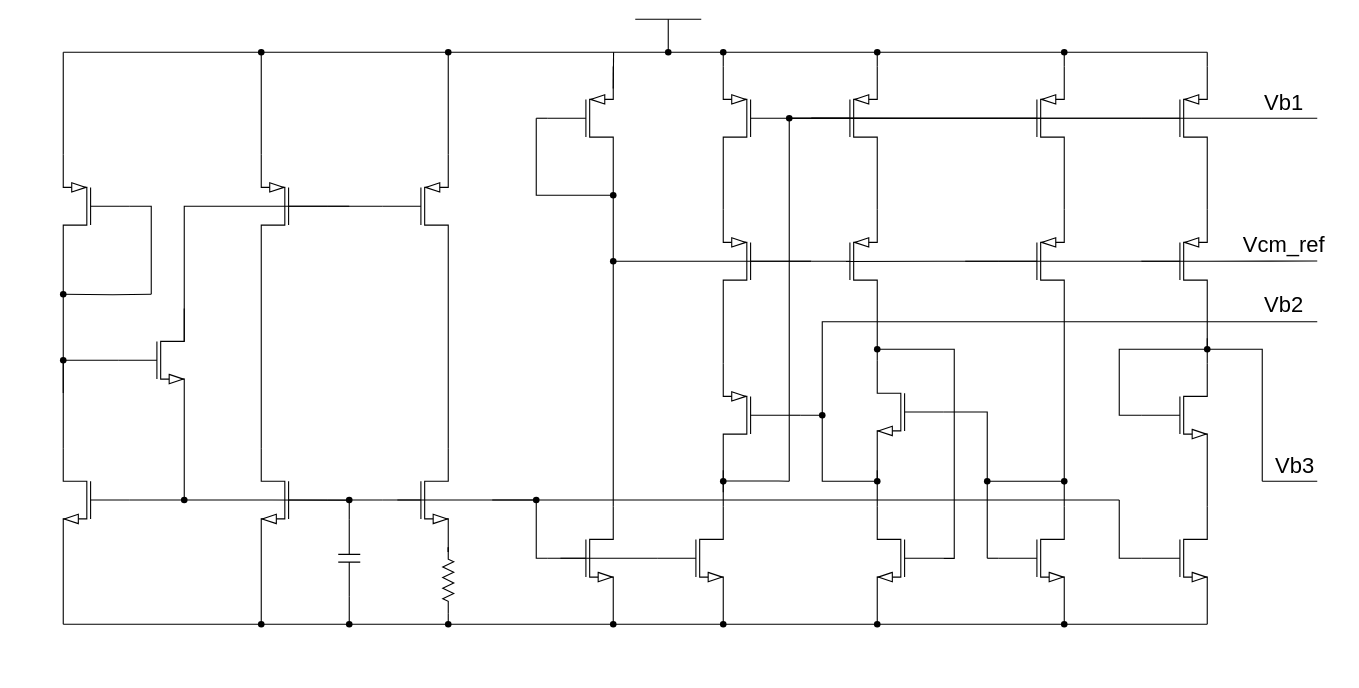
The draw.io diagram biasing_miller.drawio in qaz741wsd856/drawi.io, before the edit. Source tidied: cells renumbered, new cells numbered last; positions are measured from the earlier drawing's top-left corner, leaving out a move shared by most shapes. Both pictures are drawn from the tidied source at 110%, with x=0, y=0 at pixel (52, 19).
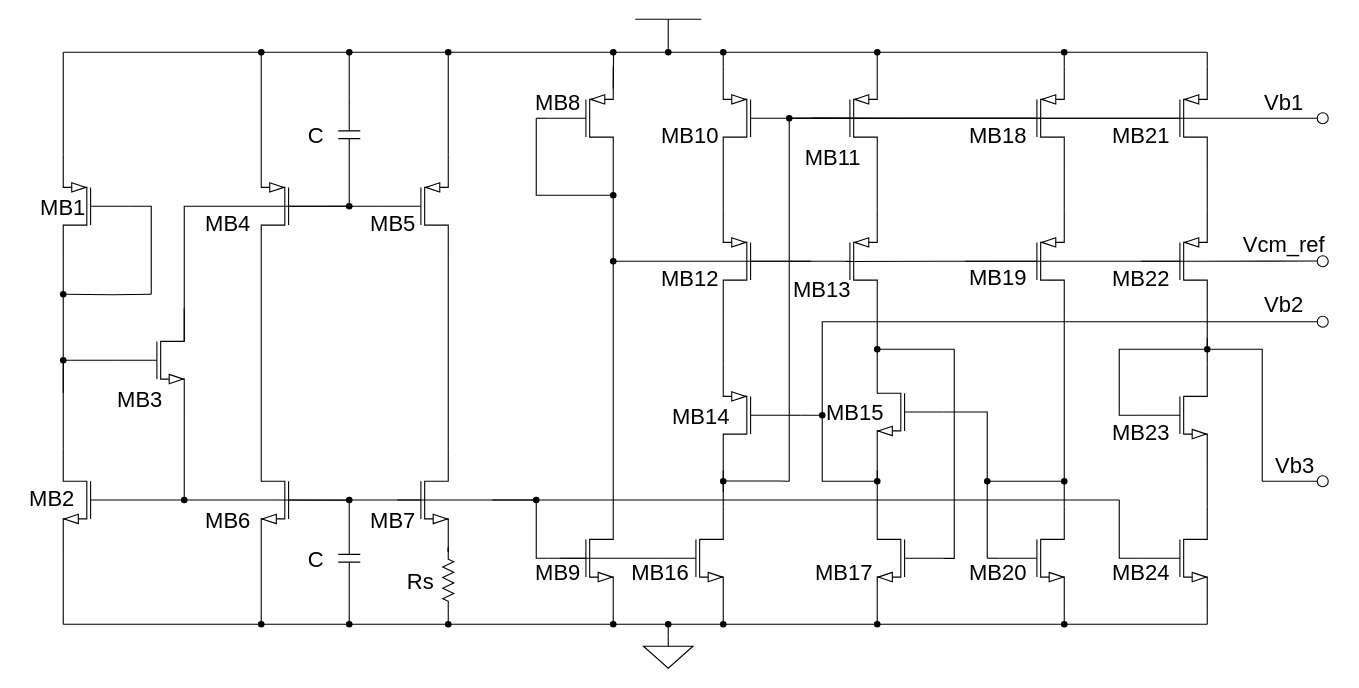
Above is the later version.

Unchanged cells that the change refers to:
```xml
<mxCell id="6" style="shape=waypoint;sketch=0;fillStyle=solid;size=6;points=[];fillColor=none;perimeter=centerPerimeter;snapToPoint=1;" parent="1" vertex="1">
  <mxGeometry x="550" y="20" width="20" height="20" as="geometry" />
</mxCell>
<mxCell id="29" style="verticalLabelPosition=bottom;shadow=0;dashed=0;align=center;html=1;verticalAlign=top;shape=mxgraph.electrical.transistors.pmos;flipH=1;" parent="1" vertex="1">
  <mxGeometry x="190" y="120" width="60" height="100" as="geometry" />
</mxCell>
<mxCell id="31" style="verticalLabelPosition=bottom;shadow=0;dashed=0;align=center;html=1;verticalAlign=top;shape=mxgraph.electrical.transistors.pmos;" parent="1" vertex="1">
  <mxGeometry x="300" y="120" width="60" height="100" as="geometry" />
</mxCell>
<mxCell id="96" style="shape=waypoint;sketch=0;fillStyle=solid;size=6;points=[];fillColor=none;perimeter=centerPerimeter;snapToPoint=1;fontFamily=Helvetica;fontSize=11;fontColor=default;labelBackgroundColor=default;" parent="1" vertex="1">
  <mxGeometry x="660" y="80" width="20" height="20" as="geometry" />
</mxCell>
<mxCell id="132" style="verticalLabelPosition=bottom;shadow=0;dashed=0;align=center;html=1;verticalAlign=top;shape=mxgraph.electrical.transistors.pmos;" parent="1" vertex="1">
  <mxGeometry x="990" y="40" width="60" height="100" as="geometry" />
</mxCell>
```

Diff of the diagram source:
```diff
@@
-    <mxCell id="5" style="endArrow=none;html=1;rounded=0;" parent="1" edge="1" target="6">
-      <mxGeometry relative="1" as="geometry">
-        <mxPoint x="10" y="30" as="sourcePoint" />
-      </mxGeometry>
+    <mxCell id="5" style="endArrow=none;html=1;rounded=0;" parent="1" edge="1" source="199" target="6">
+      <mxGeometry relative="1" as="geometry" />
     </mxCell>
@@
-    <mxCell id="39" style="edgeStyle=orthogonalEdgeStyle;shape=connector;rounded=0;jettySize=auto;html=1;exitX=0;exitY=0.5;exitDx=0;exitDy=0;exitPerimeter=0;entryX=0;entryY=0.5;entryDx=0;entryDy=0;entryPerimeter=0;strokeColor=default;align=center;verticalAlign=middle;fontFamily=Helvetica;fontSize=11;fontColor=default;labelBackgroundColor=default;endArrow=none;endFill=0;" parent="1" edge="1" source="29" target="31">
+    <mxCell id="39" style="edgeStyle=orthogonalEdgeStyle;shape=connector;rounded=0;jettySize=auto;html=1;exitDx=0;exitDy=0;exitPerimeter=0;entryX=0;entryY=0.5;entryDx=0;entryDy=0;entryPerimeter=0;strokeColor=default;align=center;verticalAlign=middle;fontFamily=Helvetica;fontSize=11;fontColor=default;labelBackgroundColor=default;endArrow=none;endFill=0;" parent="1" edge="1" source="188" target="31">
       <mxGeometry relative="1" as="geometry" />
     </mxCell>
@@
-    <mxCell id="143" style="edgeStyle=orthogonalEdgeStyle;shape=connector;rounded=0;jettySize=auto;html=1;exitX=0;exitY=0.5;exitDx=0;exitDy=0;exitPerimeter=0;entryX=0.271;entryY=0.706;entryDx=0;entryDy=0;entryPerimeter=0;strokeColor=default;align=center;verticalAlign=middle;fontFamily=Helvetica;fontSize=11;fontColor=default;labelBackgroundColor=default;endArrow=none;endFill=0;" parent="1" edge="1" source="132" target="96">
-      <mxGeometry relative="1" as="geometry" />
+    <mxCell id="143" style="edgeStyle=orthogonalEdgeStyle;shape=connector;rounded=0;orthogonalLoop=1;jettySize=auto;html=1;exitX=0;exitY=0.5;exitDx=0;exitDy=0;exitPerimeter=0;entryX=0.271;entryY=0.706;entryDx=0;entryDy=0;entryPerimeter=0;strokeColor=default;align=center;verticalAlign=middle;fontFamily=Helvetica;fontSize=11;fontColor=default;labelBackgroundColor=default;endArrow=none;endFill=0;" parent="1" edge="1">
+      <mxGeometry relative="1" as="geometry">
+        <mxPoint x="990" y="90" as="sourcePoint" />
+        <mxPoint x="670" y="90" as="targetPoint" />
+      </mxGeometry>
     </mxCell>
@@
+    <mxCell id="156" value="MB1" style="text;html=1;align=center;verticalAlign=middle;whiteSpace=wrap;rounded=0;fontFamily=Helvetica;fontSize=20;fontColor=default;labelBackgroundColor=none;fillColor=none;" parent="1" vertex="1">
+      <mxGeometry x="-20" y="155" width="60" height="30" as="geometry" />
+    </mxCell>
+    <mxCell id="157" value="MB2" style="text;html=1;align=center;verticalAlign=middle;whiteSpace=wrap;rounded=0;fontFamily=Helvetica;fontSize=20;fontColor=default;labelBackgroundColor=none;fillColor=none;" parent="1" vertex="1">
+      <mxGeometry x="-30" y="420" width="60" height="30" as="geometry" />
+    </mxCell>
+    <mxCell id="158" style="edgeStyle=orthogonalEdgeStyle;shape=connector;rounded=0;orthogonalLoop=1;jettySize=auto;html=1;exitX=0.5;exitY=1;exitDx=0;exitDy=0;strokeColor=default;align=center;verticalAlign=middle;fontFamily=Helvetica;fontSize=11;fontColor=default;labelBackgroundColor=default;endArrow=none;endFill=0;" parent="1" edge="1" source="157" target="157">
+      <mxGeometry relative="1" as="geometry" />
+    </mxCell>
+    <mxCell id="159" style="edgeStyle=orthogonalEdgeStyle;shape=connector;rounded=0;jettySize=auto;html=1;exitX=0.5;exitY=0;exitDx=0;exitDy=0;exitPerimeter=0;strokeColor=default;align=center;verticalAlign=middle;fontFamily=Helvetica;fontSize=11;fontColor=default;labelBackgroundColor=default;endArrow=none;endFill=0;" parent="1" edge="1" source="160">
+      <mxGeometry relative="1" as="geometry">
+        <mxPoint x="560" y="550" as="targetPoint" />
+      </mxGeometry>
+    </mxCell>
+    <mxCell id="160" style="verticalLabelPosition=bottom;shadow=0;dashed=0;align=center;html=1;verticalAlign=top;shape=mxgraph.electrical.signal_sources.signal_ground;fontFamily=Helvetica;fontSize=11;fontColor=default;labelBackgroundColor=default;" parent="1" vertex="1">
+      <mxGeometry x="537.5" y="560" width="45" height="30" as="geometry" />
+    </mxCell>
+    <mxCell id="161" style="shape=waypoint;sketch=0;fillStyle=solid;size=6;fillColor=none;perimeter=centerPerimeter;fontFamily=Helvetica;fontSize=11;fontColor=default;labelBackgroundColor=default;" parent="1" vertex="1">
+      <mxGeometry x="550" y="540" width="20" height="20" as="geometry" />
+    </mxCell>
+    <mxCell id="162" value="MB3" style="text;html=1;align=center;verticalAlign=middle;whiteSpace=wrap;rounded=0;fontFamily=Helvetica;fontSize=20;fontColor=default;labelBackgroundColor=none;fillColor=none;" parent="1" vertex="1">
+      <mxGeometry x="50" y="330" width="60" height="30" as="geometry" />
+    </mxCell>
+    <mxCell id="163" value="MB4" style="text;html=1;align=center;verticalAlign=middle;whiteSpace=wrap;rounded=0;fontFamily=Helvetica;fontSize=20;fontColor=default;labelBackgroundColor=none;fillColor=none;" parent="1" vertex="1">
+      <mxGeometry x="130" y="170" width="60" height="30" as="geometry" />
+    </mxCell>
+    <mxCell id="164" value="MB6" style="text;html=1;align=center;verticalAlign=middle;whiteSpace=wrap;rounded=0;fontFamily=Helvetica;fontSize=20;fontColor=default;labelBackgroundColor=none;fillColor=none;" parent="1" vertex="1">
+      <mxGeometry x="130" y="440" width="60" height="30" as="geometry" />
+    </mxCell>
+    <mxCell id="165" value="MB5" style="text;html=1;align=center;verticalAlign=middle;whiteSpace=wrap;rounded=0;fontFamily=Helvetica;fontSize=20;fontColor=default;labelBackgroundColor=none;fillColor=none;" parent="1" vertex="1">
+      <mxGeometry x="280" y="170" width="60" height="30" as="geometry" />
+    </mxCell>
+    <mxCell id="166" value="MB7" style="text;html=1;align=center;verticalAlign=middle;whiteSpace=wrap;rounded=0;fontFamily=Helvetica;fontSize=20;fontColor=default;labelBackgroundColor=none;fillColor=none;" parent="1" vertex="1">
+      <mxGeometry x="280" y="440" width="60" height="30" as="geometry" />
+    </mxCell>
+    <mxCell id="167" value="MB8" style="text;html=1;align=center;verticalAlign=middle;whiteSpace=wrap;rounded=0;fontFamily=Helvetica;fontSize=20;fontColor=default;labelBackgroundColor=none;fillColor=none;" parent="1" vertex="1">
+      <mxGeometry x="430" y="60" width="60" height="30" as="geometry" />
+    </mxCell>
+    <mxCell id="168" value="MB9" style="text;html=1;align=center;verticalAlign=middle;whiteSpace=wrap;rounded=0;fontFamily=Helvetica;fontSize=20;fontColor=default;labelBackgroundColor=none;fillColor=none;" parent="1" vertex="1">
+      <mxGeometry x="430" y="487.1" width="60" height="30" as="geometry" />
+    </mxCell>
+    <mxCell id="169" value="MB16" style="text;html=1;align=center;verticalAlign=middle;whiteSpace=wrap;rounded=0;fontFamily=Helvetica;fontSize=20;fontColor=default;labelBackgroundColor=none;fillColor=none;" parent="1" vertex="1">
+      <mxGeometry x="522.5" y="487.1" width="60" height="30" as="geometry" />
+    </mxCell>
+    <mxCell id="170" value="MB10" style="text;html=1;align=center;verticalAlign=middle;whiteSpace=wrap;rounded=0;fontFamily=Helvetica;fontSize=20;fontColor=default;labelBackgroundColor=none;fillColor=none;" parent="1" vertex="1">
+      <mxGeometry x="550" y="90" width="60" height="30" as="geometry" />
+    </mxCell>
+    <mxCell id="171" value="MB11" style="text;html=1;align=center;verticalAlign=middle;whiteSpace=wrap;rounded=0;fontFamily=Helvetica;fontSize=20;fontColor=default;labelBackgroundColor=none;fillColor=none;" parent="1" vertex="1">
+      <mxGeometry x="680" y="110" width="60" height="30" as="geometry" />
+    </mxCell>
+    <mxCell id="172" value="MB12" style="text;html=1;align=center;verticalAlign=middle;whiteSpace=wrap;rounded=0;fontFamily=Helvetica;fontSize=20;fontColor=default;labelBackgroundColor=none;fillColor=none;" parent="1" vertex="1">
+      <mxGeometry x="550" y="220" width="60" height="30" as="geometry" />
+    </mxCell>
+    <mxCell id="173" value="MB13" style="text;html=1;align=center;verticalAlign=middle;whiteSpace=wrap;rounded=0;fontFamily=Helvetica;fontSize=20;fontColor=default;labelBackgroundColor=none;fillColor=none;" parent="1" vertex="1">
+      <mxGeometry x="670" y="230" width="60" height="30" as="geometry" />
+    </mxCell>
+    <mxCell id="174" value="MB14" style="text;html=1;align=center;verticalAlign=middle;whiteSpace=wrap;rounded=0;fontFamily=Helvetica;fontSize=20;fontColor=default;labelBackgroundColor=none;fillColor=none;" parent="1" vertex="1">
+      <mxGeometry x="560" y="345" width="60" height="30" as="geometry" />
+    </mxCell>
+    <mxCell id="175" value="MB15" style="text;html=1;align=center;verticalAlign=middle;whiteSpace=wrap;rounded=0;fontFamily=Helvetica;fontSize=20;fontColor=default;labelBackgroundColor=none;fillColor=none;" parent="1" vertex="1">
+      <mxGeometry x="700" y="342.1" width="60" height="30" as="geometry" />
+    </mxCell>
+    <mxCell id="176" value="MB17" style="text;html=1;align=center;verticalAlign=middle;whiteSpace=wrap;rounded=0;fontFamily=Helvetica;fontSize=20;fontColor=default;labelBackgroundColor=none;fillColor=none;" parent="1" vertex="1">
+      <mxGeometry x="690" y="487.1" width="60" height="30" as="geometry" />
+    </mxCell>
+    <mxCell id="177" value="MB18" style="text;html=1;align=center;verticalAlign=middle;whiteSpace=wrap;rounded=0;fontFamily=Helvetica;fontSize=20;fontColor=default;labelBackgroundColor=none;fillColor=none;" parent="1" vertex="1">
+      <mxGeometry x="830" y="90" width="60" height="30" as="geometry" />
+    </mxCell>
+    <mxCell id="178" value="MB19" style="text;html=1;align=center;verticalAlign=middle;whiteSpace=wrap;rounded=0;fontFamily=Helvetica;fontSize=20;fontColor=default;labelBackgroundColor=none;fillColor=none;" parent="1" vertex="1">
+      <mxGeometry x="830" y="219" width="60" height="30" as="geometry" />
+    </mxCell>
+    <mxCell id="179" value="MB20" style="text;html=1;align=center;verticalAlign=middle;whiteSpace=wrap;rounded=0;fontFamily=Helvetica;fontSize=20;fontColor=default;labelBackgroundColor=none;fillColor=none;" parent="1" vertex="1">
+      <mxGeometry x="830" y="487.1" width="60" height="30" as="geometry" />
+    </mxCell>
+    <mxCell id="180" value="MB21" style="text;html=1;align=center;verticalAlign=middle;whiteSpace=wrap;rounded=0;fontFamily=Helvetica;fontSize=20;fontColor=default;labelBackgroundColor=none;fillColor=none;" parent="1" vertex="1">
+      <mxGeometry x="960" y="90" width="60" height="30" as="geometry" />
+    </mxCell>
+    <mxCell id="181" value="MB22" style="text;html=1;align=center;verticalAlign=middle;whiteSpace=wrap;rounded=0;fontFamily=Helvetica;fontSize=20;fontColor=default;labelBackgroundColor=none;fillColor=none;" parent="1" vertex="1">
+      <mxGeometry x="960" y="220" width="60" height="30" as="geometry" />
+    </mxCell>
+    <mxCell id="182" value="MB23" style="text;html=1;align=center;verticalAlign=middle;whiteSpace=wrap;rounded=0;fontFamily=Helvetica;fontSize=20;fontColor=default;labelBackgroundColor=none;fillColor=none;" parent="1" vertex="1">
+      <mxGeometry x="960" y="360" width="60" height="30" as="geometry" />
+    </mxCell>
+    <mxCell id="183" value="MB24" style="text;html=1;align=center;verticalAlign=middle;whiteSpace=wrap;rounded=0;fontFamily=Helvetica;fontSize=20;fontColor=default;labelBackgroundColor=none;fillColor=none;" parent="1" vertex="1">
+      <mxGeometry x="960" y="487.1" width="60" height="30" as="geometry" />
+    </mxCell>
+    <mxCell id="184" style="edgeStyle=orthogonalEdgeStyle;shape=connector;rounded=0;jettySize=auto;html=1;exitX=0;exitY=0.5;exitDx=0;exitDy=0;exitPerimeter=0;strokeColor=default;align=center;verticalAlign=middle;fontFamily=Helvetica;fontSize=11;fontColor=default;labelBackgroundColor=default;endArrow=none;endFill=0;" parent="1" edge="1" source="186">
+      <mxGeometry relative="1" as="geometry">
+        <mxPoint x="270" y="30" as="targetPoint" />
+      </mxGeometry>
+    </mxCell>
+    <mxCell id="185" style="edgeStyle=orthogonalEdgeStyle;shape=connector;rounded=0;jettySize=auto;html=1;exitX=1;exitY=0.5;exitDx=0;exitDy=0;exitPerimeter=0;strokeColor=default;align=center;verticalAlign=middle;fontFamily=Helvetica;fontSize=11;fontColor=default;labelBackgroundColor=default;endArrow=none;endFill=0;" parent="1" edge="1" source="186">
+      <mxGeometry relative="1" as="geometry">
+        <mxPoint x="270" y="170" as="targetPoint" />
+      </mxGeometry>
+    </mxCell>
+    <mxCell id="186" style="verticalLabelPosition=bottom;shadow=0;dashed=0;align=center;html=1;verticalAlign=top;shape=mxgraph.electrical.capacitors.capacitor_1;fontFamily=Helvetica;fontSize=11;fontColor=default;labelBackgroundColor=default;direction=south;" parent="1" vertex="1">
+      <mxGeometry x="260" y="70" width="20" height="70" as="geometry" />
+    </mxCell>
+    <mxCell id="187" style="edgeStyle=orthogonalEdgeStyle;shape=connector;rounded=0;jettySize=auto;html=1;exitX=0;exitY=0.5;exitDx=0;exitDy=0;exitPerimeter=0;entryDx=0;entryDy=0;entryPerimeter=0;strokeColor=default;align=center;verticalAlign=middle;fontFamily=Helvetica;fontSize=11;fontColor=default;labelBackgroundColor=default;endArrow=none;endFill=0;" parent="1" edge="1" source="29" target="188">
+      <mxGeometry relative="1" as="geometry" />
+    </mxCell>
+    <mxCell id="188" style="shape=waypoint;sketch=0;fillStyle=solid;size=6;points=[];fillColor=none;perimeter=centerPerimeter;snapToPoint=1;fontFamily=Helvetica;fontSize=11;fontColor=default;labelBackgroundColor=default;" parent="1" vertex="1">
+      <mxGeometry x="260" y="160" width="20" height="20" as="geometry" />
+    </mxCell>
+    <mxCell id="189" style="endArrow=none;html=1;rounded=0;" parent="1" edge="1" target="190">
+      <mxGeometry relative="1" as="geometry">
+        <mxPoint x="10" y="30" as="sourcePoint" />
+      </mxGeometry>
+    </mxCell>
+    <mxCell id="190" style="shape=waypoint;sketch=0;fillStyle=solid;size=6;points=[];fillColor=none;perimeter=centerPerimeter;snapToPoint=1;fontFamily=Helvetica;fontSize=11;fontColor=default;labelBackgroundColor=default;" parent="1" vertex="1">
+      <mxGeometry x="260" y="20" width="20" height="20" as="geometry" />
+    </mxCell>
+    <mxCell id="191" value="C" style="text;html=1;align=center;verticalAlign=middle;whiteSpace=wrap;rounded=0;fontFamily=Helvetica;fontSize=20;fontColor=default;labelBackgroundColor=none;fillColor=none;" parent="1" vertex="1">
+      <mxGeometry x="210" y="90" width="60" height="30" as="geometry" />
+    </mxCell>
+    <mxCell id="192" value="C" style="text;html=1;align=center;verticalAlign=middle;whiteSpace=wrap;rounded=0;fontFamily=Helvetica;fontSize=20;fontColor=default;labelBackgroundColor=none;fillColor=none;" parent="1" vertex="1">
+      <mxGeometry x="210" y="475" width="60" height="30" as="geometry" />
+    </mxCell>
+    <mxCell id="193" value="Rs" style="text;html=1;align=center;verticalAlign=middle;whiteSpace=wrap;rounded=0;fontFamily=Helvetica;fontSize=20;fontColor=default;labelBackgroundColor=none;fillColor=none;" parent="1" vertex="1">
+      <mxGeometry x="305" y="495" width="60" height="30" as="geometry" />
+    </mxCell>
+    <mxCell id="194" style="ellipse;whiteSpace=wrap;html=1;fontFamily=Helvetica;fontSize=11;fontColor=default;labelBackgroundColor=default;fillColor=none;" parent="1" vertex="1">
+      <mxGeometry x="1150" y="415" width="10" height="10" as="geometry" />
+    </mxCell>
+    <mxCell id="195" style="ellipse;whiteSpace=wrap;html=1;fontFamily=Helvetica;fontSize=11;fontColor=default;labelBackgroundColor=default;fillColor=none;" parent="1" vertex="1">
+      <mxGeometry x="1150" y="270" width="10" height="10" as="geometry" />
+    </mxCell>
+    <mxCell id="196" style="ellipse;whiteSpace=wrap;html=1;fontFamily=Helvetica;fontSize=11;fontColor=default;labelBackgroundColor=default;fillColor=none;" parent="1" vertex="1">
+      <mxGeometry x="1150" y="215" width="10" height="10" as="geometry" />
+    </mxCell>
+    <mxCell id="197" style="ellipse;whiteSpace=wrap;html=1;fontFamily=Helvetica;fontSize=11;fontColor=default;labelBackgroundColor=default;fillColor=none;" parent="1" vertex="1">
+      <mxGeometry x="1150" y="85" width="10" height="10" as="geometry" />
+    </mxCell>
+    <mxCell id="198" style="endArrow=none;html=1;rounded=0;" parent="1" edge="1" source="190" target="199">
+      <mxGeometry relative="1" as="geometry" />
+    </mxCell>
+    <mxCell id="199" style="shape=waypoint;sketch=0;fillStyle=solid;size=6;points=[];fillColor=none;perimeter=centerPerimeter;snapToPoint=1;fontFamily=Helvetica;fontSize=11;fontColor=default;labelBackgroundColor=default;" parent="1" vertex="1">
+      <mxGeometry x="500" y="20" width="20" height="20" as="geometry" />
+    </mxCell>
```
